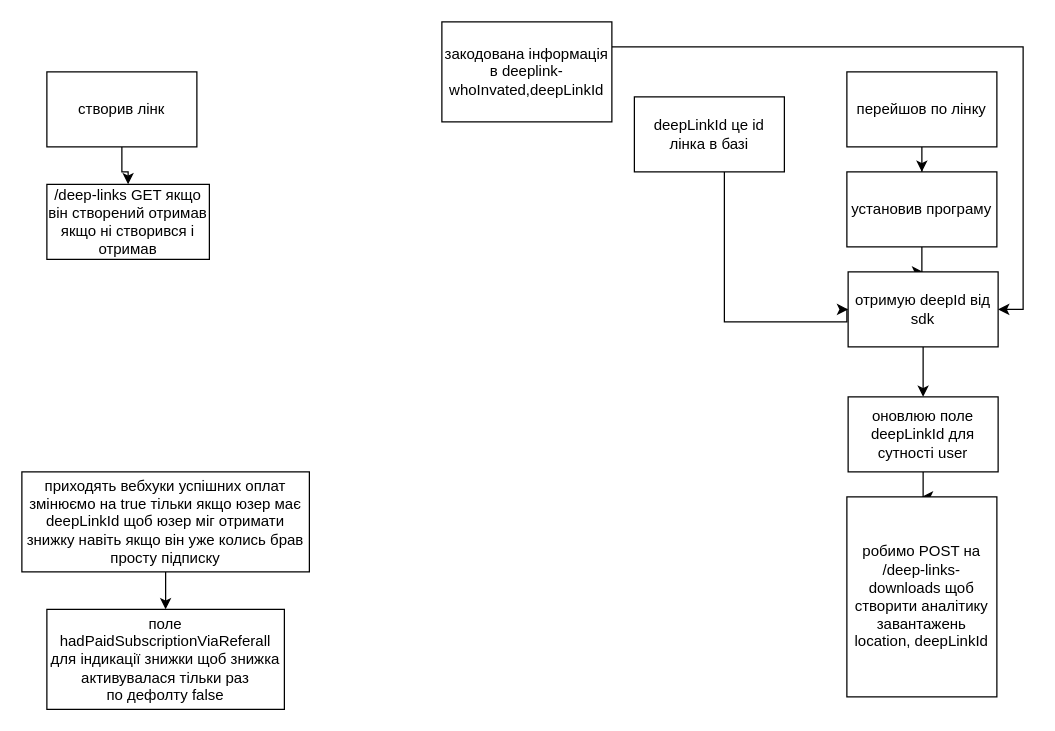
macs1756/beprog-schema keeps this draw.io diagram as Діаграма без назви.drawio. Above is the earlier version. Source tidied: cells renumbered, new cells numbered last; positions are measured from the earlier drawing's top-left corner, leaving out a move shared by most shapes. Both pictures are drawn from the tidied source at 125%, with x=0, y=0 at pixel (21, 21).
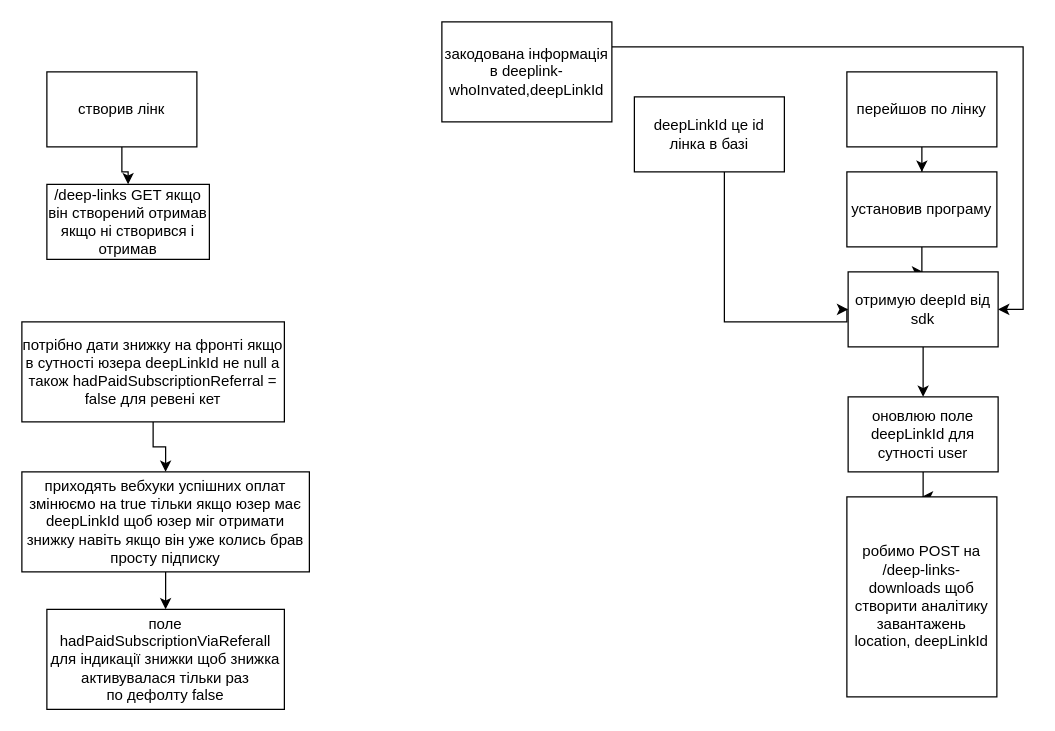
Above is the later version.

The change refers to these unchanged cells:
```xml
<mxCell id="20" value="приходять вебхуки успішних оплат змінюємо на true тільки якщо юзер має deepLinkId щоб юзер міг отримати знижку навіть якщо він уже колись брав просту підписку" style="rounded=0;whiteSpace=wrap;html=1;" parent="1" vertex="1">
  <mxGeometry y="360" width="230" height="80" as="geometry" />
</mxCell>
```

The edit, as a diff of the source:
```diff
@@
+    <mxCell id="21" style="edgeStyle=orthogonalEdgeStyle;rounded=0;jettySize=auto;html=1;" parent="1" edge="1" source="22" target="20">
+      <mxGeometry relative="1" as="geometry" />
+    </mxCell>
+    <mxCell id="22" value="потрібно дати знижку на фронті якщо в сутності юзера deepLinkId не null а також hadPaidSubscriptionReferral = false для ревені кет" style="rounded=0;whiteSpace=wrap;html=1;" parent="1" vertex="1">
+      <mxGeometry y="240" width="210" height="80" as="geometry" />
+    </mxCell>
```
